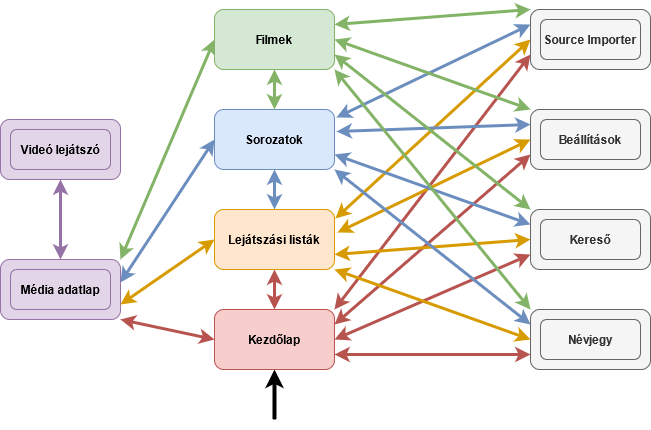
This is docs/latex/images/navigation_between_screens.png from TMD44/mvp, a draw.io export, as it was before one commit. Source tidied: cells renumbered, new cells last; positions are measured from the earlier drawing's top-left corner, leaving out a move shared by most shapes.
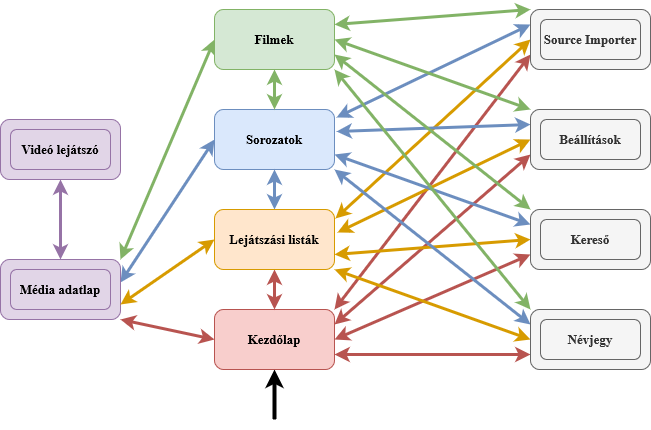
After the commit.

Diff of the diagram source:
```diff
@@ -2,131 +2,131 @@
   <root>
     <mxCell id="0" />
     <mxCell id="1" parent="0" />
-    <mxCell id="2" style="edgeStyle=none;rounded=0;jettySize=auto;html=1;exitX=1;exitY=0.25;exitDx=0;exitDy=0;entryX=0;entryY=0.75;entryDx=0;entryDy=0;startArrow=classic;startFill=1;strokeWidth=3;fillColor=#f8cecc;strokeColor=#b85450;" parent="1" edge="1" source="8" target="33">
+    <mxCell id="2" style="edgeStyle=none;rounded=0;jettySize=auto;html=1;exitX=1;exitY=0.25;exitDx=0;exitDy=0;entryX=0;entryY=0.75;entryDx=0;entryDy=0;startArrow=classic;startFill=1;strokeWidth=3;fillColor=#f8cecc;strokeColor=#b85450;fontFamily=Times New Roman;fontSize=13;" parent="1" edge="1" source="8" target="33">
       <mxGeometry relative="1" as="geometry" />
     </mxCell>
-    <mxCell id="3" style="edgeStyle=none;rounded=0;jettySize=auto;html=1;exitX=1;exitY=0.5;exitDx=0;exitDy=0;entryX=0;entryY=0.75;entryDx=0;entryDy=0;startArrow=classic;startFill=1;strokeWidth=3;fillColor=#f8cecc;strokeColor=#b85450;" parent="1" edge="1" source="8" target="29">
+    <mxCell id="3" style="edgeStyle=none;rounded=0;jettySize=auto;html=1;exitX=1;exitY=0.5;exitDx=0;exitDy=0;entryX=0;entryY=0.75;entryDx=0;entryDy=0;startArrow=classic;startFill=1;strokeWidth=3;fillColor=#f8cecc;strokeColor=#b85450;fontFamily=Times New Roman;fontSize=13;" parent="1" edge="1" source="8" target="29">
       <mxGeometry relative="1" as="geometry" />
     </mxCell>
-    <mxCell id="4" style="edgeStyle=none;rounded=0;jettySize=auto;html=1;exitX=1;exitY=0.75;exitDx=0;exitDy=0;entryX=0;entryY=0.75;entryDx=0;entryDy=0;startArrow=classic;startFill=1;strokeWidth=3;fillColor=#f8cecc;strokeColor=#b85450;" parent="1" edge="1" source="8" target="37">
+    <mxCell id="4" style="edgeStyle=none;rounded=0;jettySize=auto;html=1;exitX=1;exitY=0.75;exitDx=0;exitDy=0;entryX=0;entryY=0.75;entryDx=0;entryDy=0;startArrow=classic;startFill=1;strokeWidth=3;fillColor=#f8cecc;strokeColor=#b85450;fontFamily=Times New Roman;fontSize=13;" parent="1" edge="1" source="8" target="37">
       <mxGeometry relative="1" as="geometry" />
     </mxCell>
-    <mxCell id="5" style="edgeStyle=none;rounded=0;jettySize=auto;html=1;exitX=1;exitY=0;exitDx=0;exitDy=0;entryX=0;entryY=0.75;entryDx=0;entryDy=0;startArrow=classic;startFill=1;strokeWidth=3;fillColor=#f8cecc;strokeColor=#b85450;" parent="1" edge="1" source="8" target="35">
+    <mxCell id="5" style="edgeStyle=none;rounded=0;jettySize=auto;html=1;exitX=1;exitY=0;exitDx=0;exitDy=0;entryX=0;entryY=0.75;entryDx=0;entryDy=0;startArrow=classic;startFill=1;strokeWidth=3;fillColor=#f8cecc;strokeColor=#b85450;fontFamily=Times New Roman;fontSize=13;" parent="1" edge="1" source="8" target="35">
       <mxGeometry relative="1" as="geometry" />
     </mxCell>
-    <mxCell id="6" style="edgeStyle=none;rounded=0;jettySize=auto;html=1;exitX=0;exitY=0.5;exitDx=0;exitDy=0;entryX=1;entryY=1;entryDx=0;entryDy=0;startArrow=classic;startFill=1;strokeWidth=3;fillColor=#f8cecc;strokeColor=#b85450;" parent="1" edge="1" source="8" target="27">
+    <mxCell id="6" style="edgeStyle=none;rounded=0;jettySize=auto;html=1;exitX=0;exitY=0.5;exitDx=0;exitDy=0;entryX=1;entryY=1;entryDx=0;entryDy=0;startArrow=classic;startFill=1;strokeWidth=3;fillColor=#f8cecc;strokeColor=#b85450;fontFamily=Times New Roman;fontSize=13;" parent="1" edge="1" source="8" target="27">
       <mxGeometry relative="1" as="geometry" />
     </mxCell>
-    <mxCell id="7" style="edgeStyle=none;rounded=0;jettySize=auto;html=1;exitX=0.5;exitY=1;exitDx=0;exitDy=0;startArrow=classic;startFill=1;strokeWidth=4;endArrow=none;endFill=0;" parent="1" edge="1" source="8">
+    <mxCell id="7" style="edgeStyle=none;rounded=0;jettySize=auto;html=1;exitX=0.5;exitY=1;exitDx=0;exitDy=0;startArrow=classic;startFill=1;strokeWidth=4;endArrow=none;endFill=0;fontFamily=Times New Roman;fontSize=13;" parent="1" edge="1" source="8">
       <mxGeometry relative="1" as="geometry">
         <mxPoint x="274" y="410" as="targetPoint" />
       </mxGeometry>
     </mxCell>
-    <mxCell id="8" value="&lt;b&gt;Kezdőlap&lt;/b&gt;" style="rounded=1;whiteSpace=wrap;html=1;fillColor=#f8cecc;strokeColor=#b85450;" parent="1" vertex="1">
+    <mxCell id="8" value="&lt;b style=&quot;font-size: 13px;&quot;&gt;Kezdőlap&lt;/b&gt;" style="rounded=1;whiteSpace=wrap;html=1;fillColor=#f8cecc;strokeColor=#b85450;fontFamily=Times New Roman;fontSize=13;" parent="1" vertex="1">
       <mxGeometry x="214" y="300" width="120" height="60" as="geometry" />
     </mxCell>
-    <mxCell id="9" style="edgeStyle=none;rounded=0;jettySize=auto;html=1;exitX=1.008;exitY=0.15;exitDx=0;exitDy=0;entryX=0;entryY=0.5;entryDx=0;entryDy=0;startArrow=classic;startFill=1;strokeWidth=3;fillColor=#ffe6cc;strokeColor=#d79b00;exitPerimeter=0;" parent="1" edge="1" source="42" target="35">
+    <mxCell id="9" style="edgeStyle=none;rounded=0;jettySize=auto;html=1;exitX=1.008;exitY=0.15;exitDx=0;exitDy=0;entryX=0;entryY=0.5;entryDx=0;entryDy=0;startArrow=classic;startFill=1;strokeWidth=3;fillColor=#ffe6cc;strokeColor=#d79b00;exitPerimeter=0;fontFamily=Times New Roman;fontSize=13;" parent="1" edge="1" source="42" target="35">
       <mxGeometry relative="1" as="geometry" />
     </mxCell>
-    <mxCell id="10" style="edgeStyle=none;rounded=0;jettySize=auto;html=1;entryX=0;entryY=0.5;entryDx=0;entryDy=0;startArrow=classic;startFill=1;strokeWidth=3;fillColor=#ffe6cc;strokeColor=#d79b00;" parent="1" edge="1" target="33">
+    <mxCell id="10" style="edgeStyle=none;rounded=0;jettySize=auto;html=1;entryX=0;entryY=0.5;entryDx=0;entryDy=0;startArrow=classic;startFill=1;strokeWidth=3;fillColor=#ffe6cc;strokeColor=#d79b00;fontFamily=Times New Roman;fontSize=13;" parent="1" edge="1" target="33">
       <mxGeometry relative="1" as="geometry">
         <mxPoint x="337" y="223" as="sourcePoint" />
       </mxGeometry>
     </mxCell>
-    <mxCell id="11" style="edgeStyle=none;rounded=0;jettySize=auto;html=1;exitX=1;exitY=0.75;exitDx=0;exitDy=0;entryX=0;entryY=0.5;entryDx=0;entryDy=0;startArrow=classic;startFill=1;strokeWidth=3;fillColor=#ffe6cc;strokeColor=#d79b00;" parent="1" edge="1" source="42" target="29">
+    <mxCell id="11" style="edgeStyle=none;rounded=0;jettySize=auto;html=1;exitX=1;exitY=0.75;exitDx=0;exitDy=0;entryX=0;entryY=0.5;entryDx=0;entryDy=0;startArrow=classic;startFill=1;strokeWidth=3;fillColor=#ffe6cc;strokeColor=#d79b00;fontFamily=Times New Roman;fontSize=13;" parent="1" edge="1" source="42" target="29">
       <mxGeometry relative="1" as="geometry" />
     </mxCell>
-    <mxCell id="12" style="edgeStyle=none;rounded=0;jettySize=auto;html=1;exitX=1;exitY=1;exitDx=0;exitDy=0;entryX=0;entryY=0.5;entryDx=0;entryDy=0;startArrow=classic;startFill=1;strokeWidth=3;fillColor=#ffe6cc;strokeColor=#d79b00;" parent="1" edge="1" source="42" target="37">
+    <mxCell id="12" style="edgeStyle=none;rounded=0;jettySize=auto;html=1;exitX=1;exitY=1;exitDx=0;exitDy=0;entryX=0;entryY=0.5;entryDx=0;entryDy=0;startArrow=classic;startFill=1;strokeWidth=3;fillColor=#ffe6cc;strokeColor=#d79b00;fontFamily=Times New Roman;fontSize=13;" parent="1" edge="1" source="42" target="37">
       <mxGeometry relative="1" as="geometry" />
     </mxCell>
-    <mxCell id="13" style="edgeStyle=none;rounded=0;jettySize=auto;html=1;exitX=1.017;exitY=0.133;exitDx=0;exitDy=0;entryX=0;entryY=0.25;entryDx=0;entryDy=0;startArrow=classic;startFill=1;strokeWidth=3;fillColor=#dae8fc;strokeColor=#6c8ebf;exitPerimeter=0;" parent="1" edge="1" source="18" target="35">
+    <mxCell id="13" style="edgeStyle=none;rounded=0;jettySize=auto;html=1;exitX=1.017;exitY=0.133;exitDx=0;exitDy=0;entryX=0;entryY=0.25;entryDx=0;entryDy=0;startArrow=classic;startFill=1;strokeWidth=3;fillColor=#dae8fc;strokeColor=#6c8ebf;exitPerimeter=0;fontFamily=Times New Roman;fontSize=13;" parent="1" edge="1" source="18" target="35">
       <mxGeometry relative="1" as="geometry" />
     </mxCell>
-    <mxCell id="14" style="edgeStyle=none;rounded=0;jettySize=auto;html=1;exitX=1.017;exitY=0.367;exitDx=0;exitDy=0;entryX=0;entryY=0.25;entryDx=0;entryDy=0;startArrow=classic;startFill=1;strokeWidth=3;fillColor=#dae8fc;strokeColor=#6c8ebf;exitPerimeter=0;" parent="1" edge="1" source="18" target="33">
+    <mxCell id="14" style="edgeStyle=none;rounded=0;jettySize=auto;html=1;exitX=1.017;exitY=0.367;exitDx=0;exitDy=0;entryX=0;entryY=0.25;entryDx=0;entryDy=0;startArrow=classic;startFill=1;strokeWidth=3;fillColor=#dae8fc;strokeColor=#6c8ebf;exitPerimeter=0;fontFamily=Times New Roman;fontSize=13;" parent="1" edge="1" source="18" target="33">
       <mxGeometry relative="1" as="geometry" />
     </mxCell>
-    <mxCell id="15" style="edgeStyle=none;rounded=0;jettySize=auto;html=1;exitX=1;exitY=0.75;exitDx=0;exitDy=0;entryX=0;entryY=0.25;entryDx=0;entryDy=0;startArrow=classic;startFill=1;strokeWidth=3;fillColor=#dae8fc;strokeColor=#6c8ebf;" parent="1" edge="1" source="18" target="29">
+    <mxCell id="15" style="edgeStyle=none;rounded=0;jettySize=auto;html=1;exitX=1;exitY=0.75;exitDx=0;exitDy=0;entryX=0;entryY=0.25;entryDx=0;entryDy=0;startArrow=classic;startFill=1;strokeWidth=3;fillColor=#dae8fc;strokeColor=#6c8ebf;fontFamily=Times New Roman;fontSize=13;" parent="1" edge="1" source="18" target="29">
       <mxGeometry relative="1" as="geometry" />
     </mxCell>
-    <mxCell id="16" style="edgeStyle=none;rounded=0;jettySize=auto;html=1;exitX=1;exitY=1;exitDx=0;exitDy=0;entryX=0;entryY=0.25;entryDx=0;entryDy=0;startArrow=classic;startFill=1;strokeWidth=3;fillColor=#dae8fc;strokeColor=#6c8ebf;" parent="1" edge="1" source="18" target="37">
+    <mxCell id="16" style="edgeStyle=none;rounded=0;jettySize=auto;html=1;exitX=1;exitY=1;exitDx=0;exitDy=0;entryX=0;entryY=0.25;entryDx=0;entryDy=0;startArrow=classic;startFill=1;strokeWidth=3;fillColor=#dae8fc;strokeColor=#6c8ebf;fontFamily=Times New Roman;fontSize=13;" parent="1" edge="1" source="18" target="37">
       <mxGeometry relative="1" as="geometry" />
     </mxCell>
-    <mxCell id="17" style="edgeStyle=none;rounded=0;jettySize=auto;html=1;exitX=0;exitY=0.5;exitDx=0;exitDy=0;entryX=1;entryY=0.383;entryDx=0;entryDy=0;startArrow=classic;startFill=1;strokeWidth=3;fillColor=#dae8fc;strokeColor=#6c8ebf;entryPerimeter=0;" parent="1" edge="1" source="18" target="27">
+    <mxCell id="17" style="edgeStyle=none;rounded=0;jettySize=auto;html=1;exitX=0;exitY=0.5;exitDx=0;exitDy=0;entryX=1;entryY=0.383;entryDx=0;entryDy=0;startArrow=classic;startFill=1;strokeWidth=3;fillColor=#dae8fc;strokeColor=#6c8ebf;entryPerimeter=0;fontFamily=Times New Roman;fontSize=13;" parent="1" edge="1" source="18" target="27">
       <mxGeometry relative="1" as="geometry" />
     </mxCell>
-    <mxCell id="18" value="&lt;b&gt;Sorozatok&lt;/b&gt;" style="rounded=1;whiteSpace=wrap;html=1;fillColor=#dae8fc;strokeColor=#6c8ebf;" parent="1" vertex="1">
+    <mxCell id="18" value="&lt;b style=&quot;font-size: 13px;&quot;&gt;Sorozatok&lt;/b&gt;" style="rounded=1;whiteSpace=wrap;html=1;fillColor=#dae8fc;strokeColor=#6c8ebf;fontFamily=Times New Roman;fontSize=13;" parent="1" vertex="1">
       <mxGeometry x="214" y="100" width="120" height="60" as="geometry" />
     </mxCell>
-    <mxCell id="19" style="edgeStyle=none;rounded=0;jettySize=auto;html=1;exitX=1;exitY=0.25;exitDx=0;exitDy=0;entryX=0;entryY=0;entryDx=0;entryDy=0;startArrow=classic;startFill=1;strokeWidth=3;fillColor=#d5e8d4;strokeColor=#82b366;" parent="1" edge="1" source="25" target="35">
+    <mxCell id="19" style="edgeStyle=none;rounded=0;jettySize=auto;html=1;exitX=1;exitY=0.25;exitDx=0;exitDy=0;entryX=0;entryY=0;entryDx=0;entryDy=0;startArrow=classic;startFill=1;strokeWidth=3;fillColor=#d5e8d4;strokeColor=#82b366;fontFamily=Times New Roman;fontSize=13;" parent="1" edge="1" source="25" target="35">
       <mxGeometry relative="1" as="geometry" />
     </mxCell>
-    <mxCell id="20" style="edgeStyle=none;rounded=0;jettySize=auto;html=1;exitX=1;exitY=0.5;exitDx=0;exitDy=0;entryX=0;entryY=0;entryDx=0;entryDy=0;startArrow=classic;startFill=1;strokeWidth=3;fillColor=#d5e8d4;strokeColor=#82b366;" parent="1" edge="1" source="25" target="33">
+    <mxCell id="20" style="edgeStyle=none;rounded=0;jettySize=auto;html=1;exitX=1;exitY=0.5;exitDx=0;exitDy=0;entryX=0;entryY=0;entryDx=0;entryDy=0;startArrow=classic;startFill=1;strokeWidth=3;fillColor=#d5e8d4;strokeColor=#82b366;fontFamily=Times New Roman;fontSize=13;" parent="1" edge="1" source="25" target="33">
       <mxGeometry relative="1" as="geometry" />
     </mxCell>
-    <mxCell id="21" style="edgeStyle=none;rounded=0;jettySize=auto;html=1;exitX=1;exitY=0.75;exitDx=0;exitDy=0;entryX=0;entryY=0;entryDx=0;entryDy=0;startArrow=classic;startFill=1;strokeWidth=3;fillColor=#d5e8d4;strokeColor=#82b366;" parent="1" edge="1" source="25" target="29">
+    <mxCell id="21" style="edgeStyle=none;rounded=0;jettySize=auto;html=1;exitX=1;exitY=0.75;exitDx=0;exitDy=0;entryX=0;entryY=0;entryDx=0;entryDy=0;startArrow=classic;startFill=1;strokeWidth=3;fillColor=#d5e8d4;strokeColor=#82b366;fontFamily=Times New Roman;fontSize=13;" parent="1" edge="1" source="25" target="29">
       <mxGeometry relative="1" as="geometry" />
     </mxCell>
-    <mxCell id="22" style="edgeStyle=none;rounded=0;jettySize=auto;html=1;exitX=1;exitY=1;exitDx=0;exitDy=0;entryX=0;entryY=0;entryDx=0;entryDy=0;startArrow=classic;startFill=1;strokeWidth=3;fillColor=#d5e8d4;strokeColor=#82b366;" parent="1" edge="1" source="25" target="37">
+    <mxCell id="22" style="edgeStyle=none;rounded=0;jettySize=auto;html=1;exitX=1;exitY=1;exitDx=0;exitDy=0;entryX=0;entryY=0;entryDx=0;entryDy=0;startArrow=classic;startFill=1;strokeWidth=3;fillColor=#d5e8d4;strokeColor=#82b366;fontFamily=Times New Roman;fontSize=13;" parent="1" edge="1" source="25" target="37">
       <mxGeometry relative="1" as="geometry" />
     </mxCell>
-    <mxCell id="23" style="edgeStyle=none;rounded=0;jettySize=auto;html=1;exitX=0;exitY=0.5;exitDx=0;exitDy=0;entryX=1;entryY=0;entryDx=0;entryDy=0;startArrow=classic;startFill=1;strokeWidth=3;fillColor=#d5e8d4;strokeColor=#82b366;" parent="1" edge="1" source="25" target="27">
+    <mxCell id="23" style="edgeStyle=none;rounded=0;jettySize=auto;html=1;exitX=0;exitY=0.5;exitDx=0;exitDy=0;entryX=1;entryY=0;entryDx=0;entryDy=0;startArrow=classic;startFill=1;strokeWidth=3;fillColor=#d5e8d4;strokeColor=#82b366;fontFamily=Times New Roman;fontSize=13;" parent="1" edge="1" source="25" target="27">
       <mxGeometry relative="1" as="geometry" />
     </mxCell>
-    <mxCell id="24" style="edgeStyle=none;jettySize=auto;html=1;exitX=0.5;exitY=1;exitDx=0;exitDy=0;entryX=0.5;entryY=0;entryDx=0;entryDy=0;startArrow=classic;startFill=1;strokeWidth=3;fillColor=#d5e8d4;strokeColor=#82b366;rounded=0;" parent="1" edge="1" source="25" target="18">
+    <mxCell id="24" style="edgeStyle=none;jettySize=auto;html=1;exitX=0.5;exitY=1;exitDx=0;exitDy=0;entryX=0.5;entryY=0;entryDx=0;entryDy=0;startArrow=classic;startFill=1;strokeWidth=3;fillColor=#d5e8d4;strokeColor=#82b366;rounded=0;fontFamily=Times New Roman;fontSize=13;" parent="1" edge="1" source="25" target="18">
       <mxGeometry relative="1" as="geometry" />
     </mxCell>
-    <mxCell id="25" value="&lt;b&gt;Filmek&lt;/b&gt;" style="rounded=1;whiteSpace=wrap;html=1;fillColor=#d5e8d4;strokeColor=#82b366;" parent="1" vertex="1">
+    <mxCell id="25" value="&lt;b style=&quot;font-size: 13px;&quot;&gt;Filmek&lt;/b&gt;" style="rounded=1;whiteSpace=wrap;html=1;fillColor=#d5e8d4;strokeColor=#82b366;fontFamily=Times New Roman;fontSize=13;" parent="1" vertex="1">
       <mxGeometry x="214" width="120" height="60" as="geometry" />
     </mxCell>
-    <mxCell id="26" style="edgeStyle=none;rounded=0;jettySize=auto;html=1;exitX=0.5;exitY=0;exitDx=0;exitDy=0;entryX=0.5;entryY=1;entryDx=0;entryDy=0;startArrow=classic;startFill=1;strokeWidth=3;fillColor=#e1d5e7;strokeColor=#9673a6;" parent="1" edge="1" source="27" target="31">
+    <mxCell id="26" style="edgeStyle=none;rounded=0;jettySize=auto;html=1;exitX=0.5;exitY=0;exitDx=0;exitDy=0;entryX=0.5;entryY=1;entryDx=0;entryDy=0;startArrow=classic;startFill=1;strokeWidth=3;fillColor=#e1d5e7;strokeColor=#9673a6;fontFamily=Times New Roman;fontSize=13;" parent="1" edge="1" source="27" target="31">
       <mxGeometry relative="1" as="geometry" />
     </mxCell>
-    <mxCell id="27" style="rounded=1;whiteSpace=wrap;html=1;fillColor=#e1d5e7;strokeColor=#9673a6;" parent="1" vertex="1">
+    <mxCell id="27" style="rounded=1;whiteSpace=wrap;html=1;fillColor=#e1d5e7;strokeColor=#9673a6;fontFamily=Times New Roman;fontSize=13;" parent="1" vertex="1">
       <mxGeometry y="250" width="120" height="60" as="geometry" />
     </mxCell>
-    <mxCell id="28" value="&lt;b&gt;Média adatlap&lt;/b&gt;" style="rounded=1;whiteSpace=wrap;html=1;fillColor=#e1d5e7;strokeColor=#9673a6;" parent="1" vertex="1">
+    <mxCell id="28" value="&lt;b style=&quot;font-size: 13px;&quot;&gt;Média adatlap&lt;/b&gt;" style="rounded=1;whiteSpace=wrap;html=1;fillColor=#e1d5e7;strokeColor=#9673a6;fontFamily=Times New Roman;fontSize=13;" parent="1" vertex="1">
       <mxGeometry x="10" y="260" width="100" height="40" as="geometry" />
     </mxCell>
-    <mxCell id="29" style="rounded=1;whiteSpace=wrap;html=1;fillColor=#f5f5f5;strokeColor=#666666;fontColor=#333333;" parent="1" vertex="1">
+    <mxCell id="29" style="rounded=1;whiteSpace=wrap;html=1;fillColor=#f5f5f5;strokeColor=#666666;fontColor=#333333;fontFamily=Times New Roman;fontSize=13;" parent="1" vertex="1">
       <mxGeometry x="530" y="200" width="120" height="60" as="geometry" />
     </mxCell>
-    <mxCell id="30" value="&lt;b&gt;Kereső&lt;/b&gt;" style="rounded=1;whiteSpace=wrap;html=1;fillColor=#f5f5f5;strokeColor=#666666;fontColor=#333333;" parent="1" vertex="1">
+    <mxCell id="30" value="&lt;b style=&quot;font-size: 13px;&quot;&gt;Kereső&lt;/b&gt;" style="rounded=1;whiteSpace=wrap;html=1;fillColor=#f5f5f5;strokeColor=#666666;fontColor=#333333;fontFamily=Times New Roman;fontSize=13;" parent="1" vertex="1">
       <mxGeometry x="540" y="210" width="100" height="40" as="geometry" />
     </mxCell>
-    <mxCell id="31" style="rounded=1;whiteSpace=wrap;html=1;fillColor=#e1d5e7;strokeColor=#9673a6;" parent="1" vertex="1">
+    <mxCell id="31" style="rounded=1;whiteSpace=wrap;html=1;fillColor=#e1d5e7;strokeColor=#9673a6;fontFamily=Times New Roman;fontSize=13;" parent="1" vertex="1">
       <mxGeometry y="110" width="120" height="60" as="geometry" />
     </mxCell>
-    <mxCell id="32" value="&lt;b&gt;Videó lejátszó&lt;/b&gt;" style="rounded=1;whiteSpace=wrap;html=1;fillColor=#e1d5e7;strokeColor=#9673a6;" parent="1" vertex="1">
+    <mxCell id="32" value="&lt;b style=&quot;font-size: 13px;&quot;&gt;Videó lejátszó&lt;/b&gt;" style="rounded=1;whiteSpace=wrap;html=1;fillColor=#e1d5e7;strokeColor=#9673a6;fontFamily=Times New Roman;fontSize=13;" parent="1" vertex="1">
       <mxGeometry x="10" y="120" width="100" height="40" as="geometry" />
     </mxCell>
-    <mxCell id="33" style="rounded=1;whiteSpace=wrap;html=1;fillColor=#f5f5f5;strokeColor=#666666;fontColor=#333333;" parent="1" vertex="1">
+    <mxCell id="33" style="rounded=1;whiteSpace=wrap;html=1;fillColor=#f5f5f5;strokeColor=#666666;fontColor=#333333;fontFamily=Times New Roman;fontSize=13;" parent="1" vertex="1">
       <mxGeometry x="530" y="100" width="120" height="60" as="geometry" />
     </mxCell>
-    <mxCell id="34" value="&lt;b&gt;Beállítások&lt;/b&gt;" style="rounded=1;whiteSpace=wrap;html=1;fillColor=#f5f5f5;strokeColor=#666666;fontColor=#333333;" parent="1" vertex="1">
+    <mxCell id="34" value="&lt;b style=&quot;font-size: 13px;&quot;&gt;Beállítások&lt;/b&gt;" style="rounded=1;whiteSpace=wrap;html=1;fillColor=#f5f5f5;strokeColor=#666666;fontColor=#333333;fontFamily=Times New Roman;fontSize=13;" parent="1" vertex="1">
       <mxGeometry x="540" y="110" width="100" height="40" as="geometry" />
     </mxCell>
-    <mxCell id="35" style="rounded=1;whiteSpace=wrap;html=1;fillColor=#f5f5f5;strokeColor=#666666;fontColor=#333333;" parent="1" vertex="1">
+    <mxCell id="35" style="rounded=1;whiteSpace=wrap;html=1;fillColor=#f5f5f5;strokeColor=#666666;fontColor=#333333;fontFamily=Times New Roman;fontSize=13;" parent="1" vertex="1">
       <mxGeometry x="530" width="120" height="60" as="geometry" />
     </mxCell>
-    <mxCell id="36" value="&lt;b&gt;Source Importer&lt;/b&gt;" style="rounded=1;whiteSpace=wrap;html=1;fillColor=#f5f5f5;strokeColor=#666666;fontColor=#333333;" parent="1" vertex="1">
+    <mxCell id="36" value="&lt;b style=&quot;font-size: 13px;&quot;&gt;Source Importer&lt;/b&gt;" style="rounded=1;whiteSpace=wrap;html=1;fillColor=#f5f5f5;strokeColor=#666666;fontColor=#333333;fontFamily=Times New Roman;fontSize=13;" parent="1" vertex="1">
       <mxGeometry x="540" y="10" width="100" height="40" as="geometry" />
     </mxCell>
-    <mxCell id="37" style="rounded=1;whiteSpace=wrap;html=1;fillColor=#f5f5f5;strokeColor=#666666;fontColor=#333333;" parent="1" vertex="1">
+    <mxCell id="37" style="rounded=1;whiteSpace=wrap;html=1;fillColor=#f5f5f5;strokeColor=#666666;fontColor=#333333;fontFamily=Times New Roman;fontSize=13;" parent="1" vertex="1">
       <mxGeometry x="530" y="300" width="120" height="60" as="geometry" />
     </mxCell>
-    <mxCell id="38" value="&lt;b&gt;Névjegy&lt;/b&gt;" style="rounded=1;whiteSpace=wrap;html=1;fillColor=#f5f5f5;strokeColor=#666666;fontColor=#333333;" parent="1" vertex="1">
+    <mxCell id="38" value="&lt;b style=&quot;font-size: 13px;&quot;&gt;Névjegy&lt;/b&gt;" style="rounded=1;whiteSpace=wrap;html=1;fillColor=#f5f5f5;strokeColor=#666666;fontColor=#333333;fontFamily=Times New Roman;fontSize=13;" parent="1" vertex="1">
       <mxGeometry x="540" y="310" width="100" height="40" as="geometry" />
     </mxCell>
-    <mxCell id="39" style="edgeStyle=none;rounded=0;jettySize=auto;html=1;exitX=0;exitY=0.5;exitDx=0;exitDy=0;entryX=1;entryY=0.75;entryDx=0;entryDy=0;startArrow=classic;startFill=1;strokeWidth=3;fillColor=#ffe6cc;strokeColor=#d79b00;" parent="1" edge="1" source="42" target="27">
+    <mxCell id="39" style="edgeStyle=none;rounded=0;jettySize=auto;html=1;exitX=0;exitY=0.5;exitDx=0;exitDy=0;entryX=1;entryY=0.75;entryDx=0;entryDy=0;startArrow=classic;startFill=1;strokeWidth=3;fillColor=#ffe6cc;strokeColor=#d79b00;fontFamily=Times New Roman;fontSize=13;" parent="1" edge="1" source="42" target="27">
       <mxGeometry relative="1" as="geometry" />
     </mxCell>
-    <mxCell id="40" style="edgeStyle=none;rounded=0;jettySize=auto;html=1;exitX=0.5;exitY=1;exitDx=0;exitDy=0;entryX=0.5;entryY=0;entryDx=0;entryDy=0;startArrow=classic;startFill=1;strokeWidth=3;fillColor=#f8cecc;strokeColor=#b85450;" parent="1" edge="1" source="42" target="8">
+    <mxCell id="40" style="edgeStyle=none;rounded=0;jettySize=auto;html=1;exitX=0.5;exitY=1;exitDx=0;exitDy=0;entryX=0.5;entryY=0;entryDx=0;entryDy=0;startArrow=classic;startFill=1;strokeWidth=3;fillColor=#f8cecc;strokeColor=#b85450;fontFamily=Times New Roman;fontSize=13;" parent="1" edge="1" source="42" target="8">
       <mxGeometry relative="1" as="geometry" />
     </mxCell>
-    <mxCell id="41" style="edgeStyle=none;rounded=0;jettySize=auto;html=1;exitX=0.5;exitY=0;exitDx=0;exitDy=0;entryX=0.5;entryY=1;entryDx=0;entryDy=0;startArrow=classic;startFill=1;strokeWidth=3;fillColor=#dae8fc;strokeColor=#6c8ebf;" parent="1" edge="1" source="42" target="18">
+    <mxCell id="41" style="edgeStyle=none;rounded=0;jettySize=auto;html=1;exitX=0.5;exitY=0;exitDx=0;exitDy=0;entryX=0.5;entryY=1;entryDx=0;entryDy=0;startArrow=classic;startFill=1;strokeWidth=3;fillColor=#dae8fc;strokeColor=#6c8ebf;fontFamily=Times New Roman;fontSize=13;" parent="1" edge="1" source="42" target="18">
       <mxGeometry relative="1" as="geometry" />
     </mxCell>
-    <mxCell id="42" value="&lt;b&gt;Lejátszási listák&lt;/b&gt;" style="rounded=1;whiteSpace=wrap;html=1;fillColor=#ffe6cc;strokeColor=#d79b00;" parent="1" vertex="1">
+    <mxCell id="42" value="&lt;b style=&quot;font-size: 13px;&quot;&gt;Lejátszási listák&lt;/b&gt;" style="rounded=1;whiteSpace=wrap;html=1;fillColor=#ffe6cc;strokeColor=#d79b00;fontFamily=Times New Roman;fontSize=13;" parent="1" vertex="1">
       <mxGeometry x="214" y="200" width="120" height="60" as="geometry" />
     </mxCell>
   </root>
```
